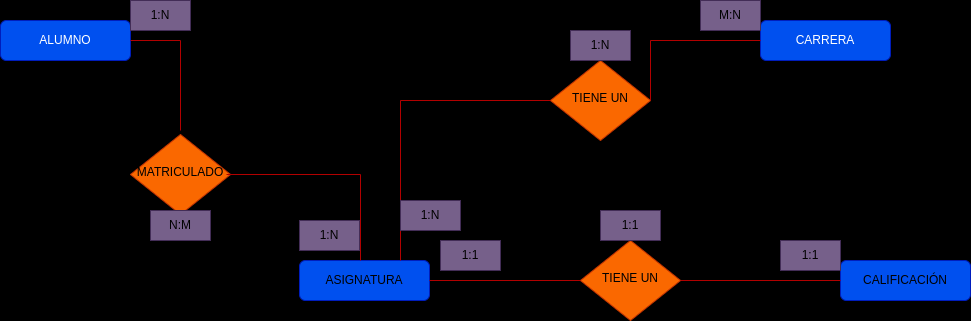
This is tarea/tarea1/imagenes/ejercicio9.drawio.png from johnfredyrg1226/base_datos2, a draw.io export, as it was before one commit. Source tidied: cells renumbered, new cells last; positions are measured from the earlier drawing's top-left corner, leaving out a move shared by most shapes.
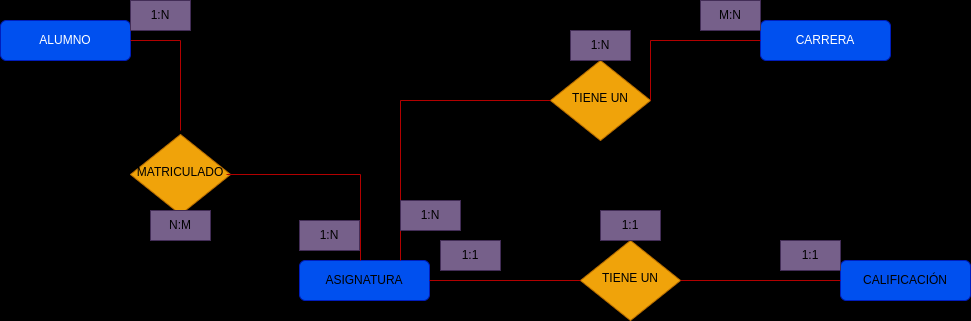
After the change.

The edit, as a diff of the source:
```diff
@@ -5,7 +5,7 @@
     <mxCell id="2" value="ALUMNO" style="rounded=1;whiteSpace=wrap;html=1;fontSize=12;glass=0;strokeWidth=1;shadow=0;fillColor=#0050ef;fontColor=#ffffff;strokeColor=#001DBC;" parent="1" vertex="1">
       <mxGeometry y="20" width="130" height="40" as="geometry" />
     </mxCell>
-    <mxCell id="3" value="MATRICULADO" style="rhombus;whiteSpace=wrap;html=1;shadow=0;fontFamily=Helvetica;fontSize=12;align=center;strokeWidth=1;spacing=6;spacingTop=-4;fillColor=#fa6800;strokeColor=#C73500;" parent="1" vertex="1">
+    <mxCell id="3" value="MATRICULADO" style="rhombus;whiteSpace=wrap;html=1;shadow=0;fontFamily=Helvetica;fontSize=12;align=center;strokeWidth=1;spacing=6;spacingTop=-4;fillColor=#f0a30a;strokeColor=#BD7000;" parent="1" vertex="1">
       <mxGeometry x="130" y="134" width="100" height="80" as="geometry" />
     </mxCell>
     <mxCell id="4" value="ASIGNATURA" style="rounded=1;whiteSpace=wrap;html=1;fontSize=12;glass=0;strokeWidth=1;shadow=0;fillColor=#0050ef;strokeColor=#001DBC;" parent="1" vertex="1">
@@ -17,10 +17,10 @@
     <mxCell id="6" value="CALIFICACIÓN" style="rounded=1;whiteSpace=wrap;html=1;fontSize=12;glass=0;strokeWidth=1;shadow=0;fillColor=#0050ef;strokeColor=#001DBC;" parent="1" vertex="1">
       <mxGeometry x="840" y="260" width="130" height="40" as="geometry" />
     </mxCell>
-    <mxCell id="7" value="TIENE UN " style="rhombus;whiteSpace=wrap;html=1;shadow=0;fontFamily=Helvetica;fontSize=12;align=center;strokeWidth=1;spacing=6;spacingTop=-4;fillColor=#fa6800;strokeColor=#C73500;" parent="1" vertex="1">
+    <mxCell id="7" value="TIENE UN " style="rhombus;whiteSpace=wrap;html=1;shadow=0;fontFamily=Helvetica;fontSize=12;align=center;strokeWidth=1;spacing=6;spacingTop=-4;fillColor=#f0a30a;strokeColor=#BD7000;" parent="1" vertex="1">
       <mxGeometry x="550" y="60" width="100" height="80" as="geometry" />
     </mxCell>
-    <mxCell id="8" value="TIENE UN " style="rhombus;whiteSpace=wrap;html=1;shadow=0;fontFamily=Helvetica;fontSize=12;align=center;strokeWidth=1;spacing=6;spacingTop=-4;fillColor=#fa6800;strokeColor=#C73500;" parent="1" vertex="1">
+    <mxCell id="8" value="TIENE UN " style="rhombus;whiteSpace=wrap;html=1;shadow=0;fontFamily=Helvetica;fontSize=12;align=center;strokeWidth=1;spacing=6;spacingTop=-4;fillColor=#f0a30a;strokeColor=#BD7000;" parent="1" vertex="1">
       <mxGeometry x="580" y="240" width="100" height="80" as="geometry" />
     </mxCell>
     <mxCell id="9" style="endArrow=none;html=1;rounded=0;exitX=1;exitY=0.5;exitDx=0;exitDy=0;fillColor=#e51400;strokeColor=#B20000;" parent="1" edge="1" source="2">
```
